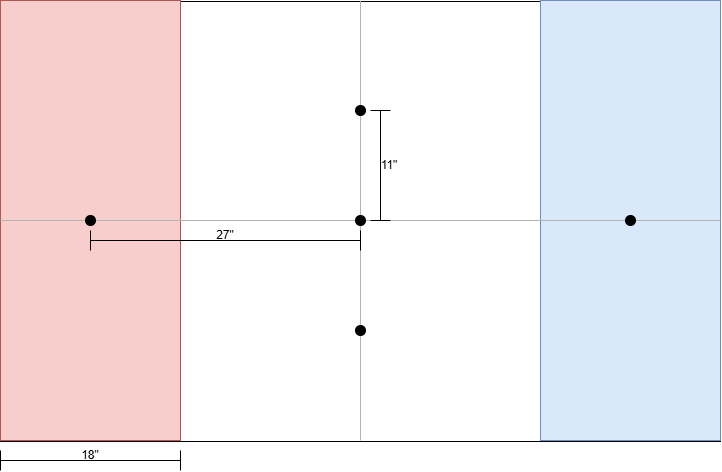
The draw.io diagram althammer/assets/images/layouts/layout-full-2.png in TheCodeForge/AltHammer, before a commit. Source tidied: cells renumbered, new cells last; positions are measured from the earlier drawing's top-left corner, leaving out a move shared by most shapes. Its diagram source:
```xml
<mxGraphModel>
  <root>
    <mxCell id="0" />
    <mxCell id="1" parent="0" />
    <mxCell id="2" style="group;" parent="1" vertex="1">
      <mxGeometry width="720" height="440" as="geometry" />
    </mxCell>
    <mxCell id="3" style="rounded=0;whiteSpace=wrap;html=1;" parent="2" vertex="1">
      <mxGeometry y="1" width="720" height="440" as="geometry" />
    </mxCell>
    <mxCell id="4" style="rounded=0;whiteSpace=wrap;html=1;fillColor=#f8cecc;strokeColor=#b85450;" parent="2" vertex="1">
      <mxGeometry width="180" height="440" as="geometry" />
    </mxCell>
    <mxCell id="5" style="rounded=0;whiteSpace=wrap;html=1;fillColor=#dae8fc;strokeColor=#6c8ebf;" parent="2" vertex="1">
      <mxGeometry x="540" width="180" height="440" as="geometry" />
    </mxCell>
    <mxCell id="6" style="line;strokeWidth=1;html=1;strokeColor=#B3B3B3;fillColor=none;" parent="2" vertex="1">
      <mxGeometry y="215" width="720" height="10" as="geometry" />
    </mxCell>
    <mxCell id="7" style="line;strokeWidth=1;direction=south;html=1;fillColor=none;strokeColor=#B3B3B3;" parent="2" vertex="1">
      <mxGeometry x="355" width="10" height="440" as="geometry" />
    </mxCell>
    <mxCell id="8" style="ellipse;whiteSpace=wrap;html=1;fillColor=#000000;" parent="2" vertex="1">
      <mxGeometry x="355" y="215" width="10" height="10" as="geometry" />
    </mxCell>
    <mxCell id="9" style="ellipse;whiteSpace=wrap;html=1;fillColor=#000000;" parent="2" vertex="1">
      <mxGeometry x="85" y="215" width="10" height="10" as="geometry" />
    </mxCell>
    <mxCell id="10" style="ellipse;whiteSpace=wrap;html=1;fillColor=#000000;" parent="2" vertex="1">
      <mxGeometry x="625" y="215" width="10" height="10" as="geometry" />
    </mxCell>
    <mxCell id="11" style="ellipse;whiteSpace=wrap;html=1;fillColor=#000000;" parent="2" vertex="1">
      <mxGeometry x="355" y="325" width="10" height="10" as="geometry" />
    </mxCell>
    <mxCell id="12" style="ellipse;whiteSpace=wrap;html=1;fillColor=#000000;" parent="2" vertex="1">
      <mxGeometry x="355" y="105" width="10" height="10" as="geometry" />
    </mxCell>
    <mxCell id="13" value="27&quot;" style="shape=crossbar;whiteSpace=wrap;html=1;rounded=1;spacingTop=-10;" parent="2" vertex="1">
      <mxGeometry x="90" y="230" width="270" height="20" as="geometry" />
    </mxCell>
    <mxCell id="14" value="11&quot;" style="shape=crossbar;whiteSpace=wrap;html=1;rounded=1;direction=south;spacingLeft=18;" parent="2" vertex="1">
      <mxGeometry x="370" y="110" width="20" height="110" as="geometry" />
    </mxCell>
    <mxCell id="15" value="18&quot;" style="shape=crossbar;whiteSpace=wrap;html=1;rounded=1;spacingTop=-10;" parent="1" vertex="1">
      <mxGeometry y="450" width="180" height="20" as="geometry" />
    </mxCell>
  </root>
</mxGraphModel>
```
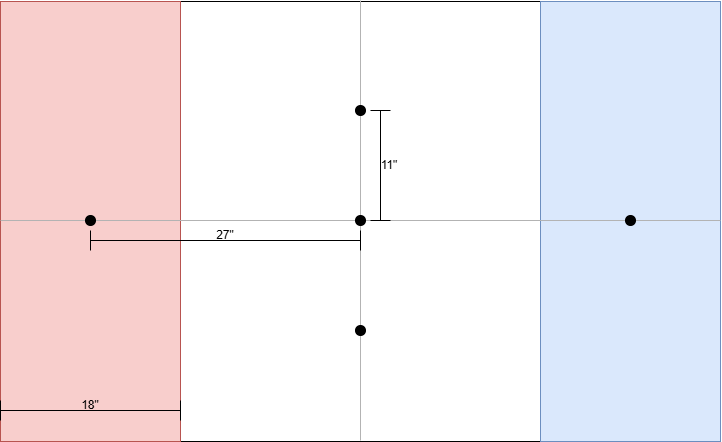
After the commit.

What changed in the source:
```diff
@@ -9,10 +9,10 @@
       <mxGeometry y="1" width="720" height="440" as="geometry" />
     </mxCell>
     <mxCell id="4" style="rounded=0;whiteSpace=wrap;html=1;fillColor=#f8cecc;strokeColor=#b85450;" parent="2" vertex="1">
-      <mxGeometry width="180" height="440" as="geometry" />
+      <mxGeometry y="1" width="180" height="440" as="geometry" />
     </mxCell>
     <mxCell id="5" style="rounded=0;whiteSpace=wrap;html=1;fillColor=#dae8fc;strokeColor=#6c8ebf;" parent="2" vertex="1">
-      <mxGeometry x="540" width="180" height="440" as="geometry" />
+      <mxGeometry x="540" y="1" width="180" height="440" as="geometry" />
     </mxCell>
     <mxCell id="6" style="line;strokeWidth=1;html=1;strokeColor=#B3B3B3;fillColor=none;" parent="2" vertex="1">
       <mxGeometry y="215" width="720" height="10" as="geometry" />
@@ -41,8 +41,8 @@
     <mxCell id="14" value="11&quot;" style="shape=crossbar;whiteSpace=wrap;html=1;rounded=1;direction=south;spacingLeft=18;" parent="2" vertex="1">
       <mxGeometry x="370" y="110" width="20" height="110" as="geometry" />
     </mxCell>
-    <mxCell id="15" value="18&quot;" style="shape=crossbar;whiteSpace=wrap;html=1;rounded=1;spacingTop=-10;" parent="1" vertex="1">
-      <mxGeometry y="450" width="180" height="20" as="geometry" />
+    <mxCell id="15" value="18&quot;" style="shape=crossbar;whiteSpace=wrap;html=1;rounded=1;spacingTop=-10;" parent="2" vertex="1">
+      <mxGeometry y="400" width="180" height="20" as="geometry" />
     </mxCell>
   </root>
 </mxGraphModel>
```
